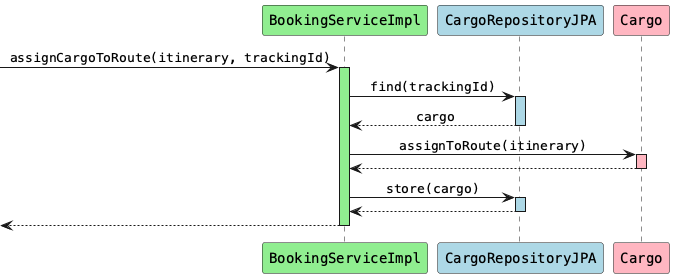
Before: src/site/resources/diagrams/BookingServiceImpl_assignCargoToRoute.png, a diagram exported from PlantUML (aowss/dddsample-core).
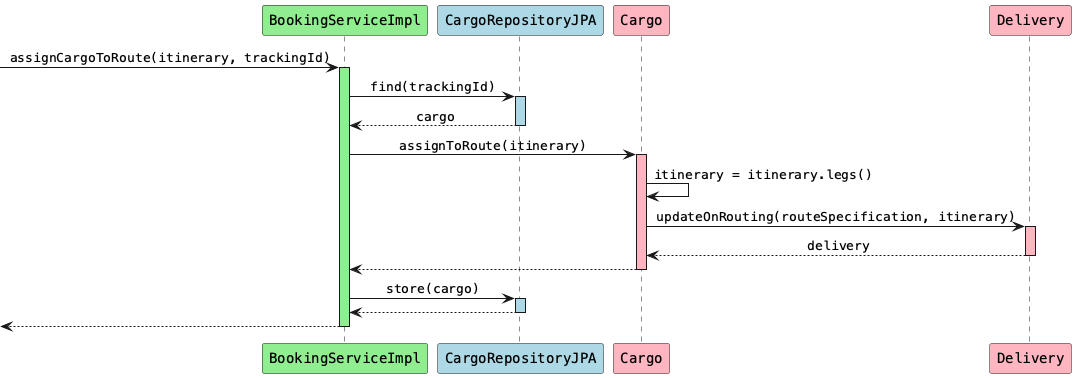
Later version of the same file.

The edit, as a diff of the source:
```diff
@@ -6,6 +6,7 @@
 participant "BookingServiceImpl" as bs #lightgreen
 participant "CargoRepositoryJPA" as cr #lightblue
 participant "Cargo" as c #lightpink
+participant "Delivery" as d #lightpink
 
 [-> bs: assignCargoToRoute(itinerary, trackingId)
 activate bs #lightgreen
@@ -17,6 +18,14 @@
 
 bs -> c: assignToRoute(itinerary)
 activate c #lightpink
+
+c -> c: itinerary = itinerary.legs()
+
+c -> d: updateOnRouting(routeSpecification, itinerary)
+activate d #lightpink
+d --> c: delivery
+deactivate d
+
 c --> bs
 deactivate c
 
```
